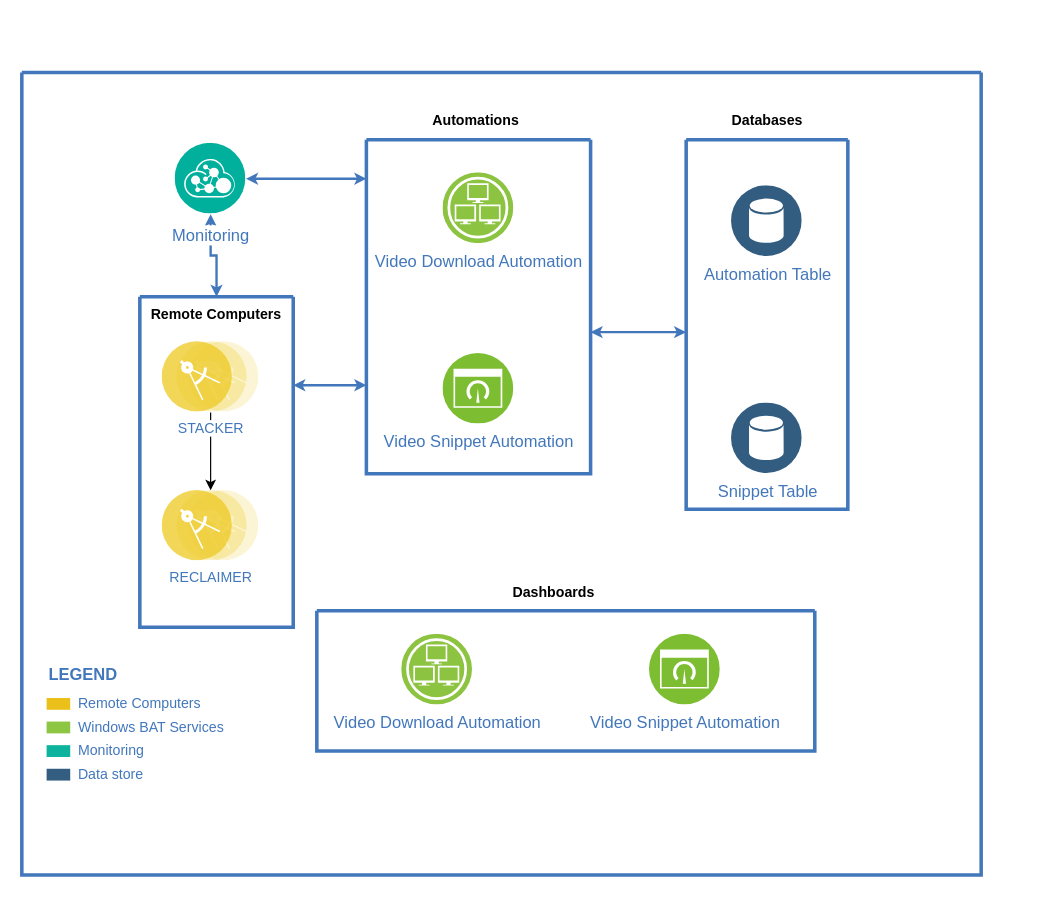
Earlier version of the draw.io diagram dotnetix_architecture.drawio (Raptor-Tech/Diagram). Source tidied: cells renumbered, new cells numbered last; positions are measured from the earlier drawing's top-left corner, leaving out a move shared by most shapes. Both pictures are drawn from the tidied source at 118%, with x=0, y=0 at pixel (21, 72).
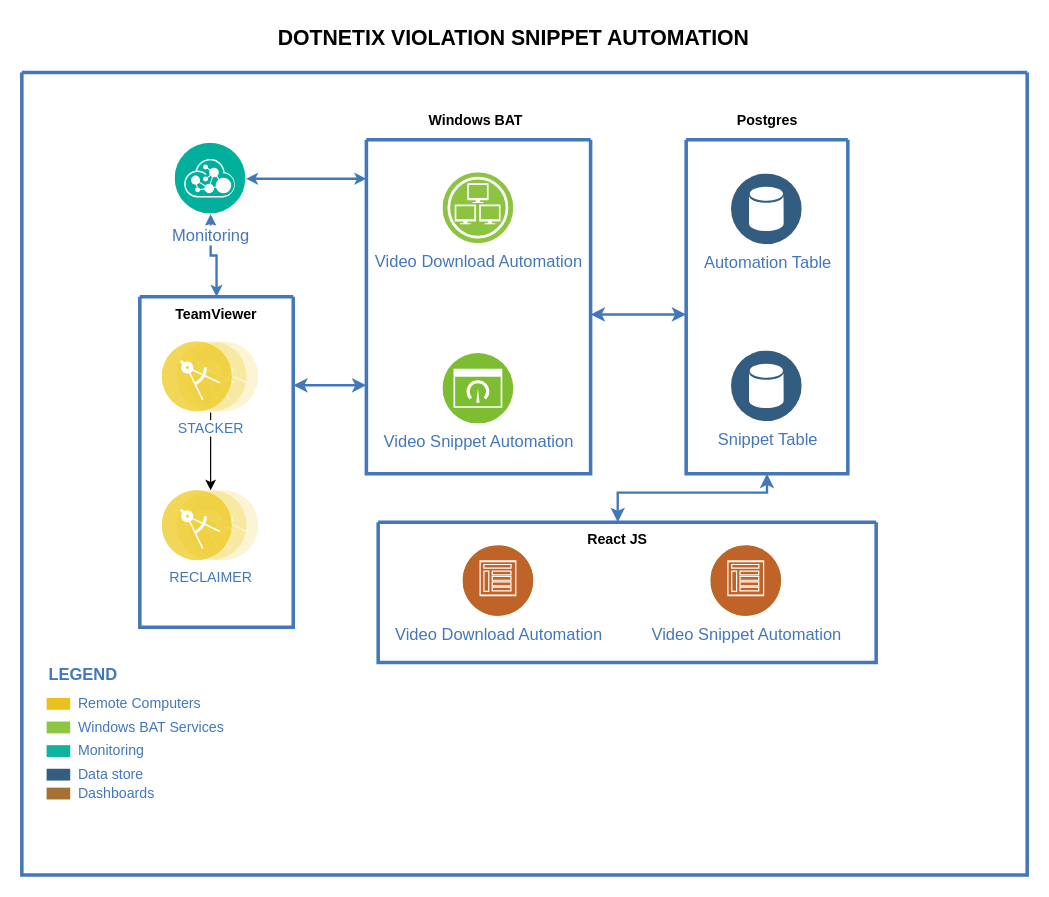
The same page after the edit.

The change refers to these unchanged cells:
```xml
<mxCell id="13" style="swimlane;shadow=0;strokeColor=#4277BB;fillColor=#ffffff;fontColor=#4277BB;align=right;startSize=0;strokeWidth=3;" parent="2" vertex="1">
  <mxGeometry x="100" y="190" width="130" height="280" as="geometry" />
</mxCell>
<mxCell id="18" style="swimlane;shadow=0;strokeColor=#4277BB;fillColor=#ffffff;fontColor=#4277BB;align=right;startSize=0;strokeWidth=3;" parent="2" vertex="1">
  <mxGeometry x="292" y="57" width="190" height="283" as="geometry" />
</mxCell>
```

What changed in the source:
```diff
@@
     <mxCell id="2" style="swimlane;shadow=0;strokeColor=#4277BB;fillColor=#ffffff;fontColor=#4277BB;align=right;startSize=0;strokeWidth=3;" parent="1" vertex="1">
-      <mxGeometry width="813" height="680" as="geometry" />
+      <mxGeometry width="852" height="680" as="geometry" />
     </mxCell>
@@
-    <mxCell id="4" style="edgeStyle=elbowEdgeStyle;rounded=0;elbow=vertical;html=1;labelBackgroundColor=#ffffff;startArrow=classic;startFill=1;startSize=4;endArrow=classic;endFill=1;endSize=4;jettySize=auto;strokeColor=#4277BB;strokeWidth=2;fontSize=14;fontColor=#4277BB;" parent="2" edge="1" source="13" target="18">
+    <mxCell id="4" style="edgeStyle=elbowEdgeStyle;rounded=0;elbow=vertical;html=1;labelBackgroundColor=#ffffff;startArrow=classic;startFill=1;endArrow=classic;endFill=1;jettySize=auto;strokeColor=#4277BB;strokeWidth=2;fontSize=14;fontColor=#4277BB;" parent="2" edge="1" source="13" target="18">
       <mxGeometry relative="1" as="geometry" />
     </mxCell>
-    <mxCell id="5" style="edgeStyle=elbowEdgeStyle;rounded=0;elbow=vertical;html=1;entryX=0;entryY=0.522;entryPerimeter=0;labelBackgroundColor=#ffffff;startArrow=classic;startFill=1;startSize=4;endArrow=classic;endFill=1;endSize=4;jettySize=auto;strokeColor=#4277BB;strokeWidth=2;fontSize=14;fontColor=#4277BB;" parent="2" edge="1" source="18" target="21">
+    <mxCell id="5" style="edgeStyle=elbowEdgeStyle;rounded=0;elbow=vertical;html=1;entryX=0;entryY=0.522;entryPerimeter=0;labelBackgroundColor=#ffffff;startArrow=classic;startFill=1;endArrow=classic;endFill=1;jettySize=auto;strokeColor=#4277BB;strokeWidth=2;fontSize=14;fontColor=#4277BB;" parent="2" edge="1" source="18" target="21">
       <mxGeometry relative="1" as="geometry" />
     </mxCell>
@@
-    <mxCell id="17" value="&lt;b&gt;Remote Computers&lt;/b&gt;" style="text;strokeColor=none;align=center;fillColor=none;html=1;verticalAlign=middle;whiteSpace=wrap;rounded=0;" parent="13" vertex="1">
+    <mxCell id="17" value="&lt;b&gt;TeamViewer&lt;/b&gt;" style="text;strokeColor=none;align=center;fillColor=none;html=1;verticalAlign=middle;whiteSpace=wrap;rounded=0;" parent="13" vertex="1">
       <mxGeometry x="-14" width="158" height="30" as="geometry" />
     </mxCell>
@@
     <mxCell id="21" style="swimlane;shadow=0;strokeColor=#4277BB;fillColor=#ffffff;fontColor=#4277BB;align=right;startSize=0;strokeWidth=3;" parent="2" vertex="1">
-      <mxGeometry x="563" y="57" width="137" height="313" as="geometry" />
+      <mxGeometry x="563" y="57" width="137" height="283" as="geometry" />
     </mxCell>
     <mxCell id="22" value="Automation Table" style="perimeter=ellipsePerimeter;html=1;align=center;shadow=0;dashed=0;image;image=img/lib/ibm/data/data_services.svg;rounded=1;labelBackgroundColor=#ffffff;strokeColor=#666666;strokeWidth=3;fillColor=#C2952D;gradientColor=none;fontSize=14;fontColor=#4277BB;" parent="21" vertex="1">
-      <mxGeometry x="38.5" y="39" width="60" height="60" as="geometry" />
+      <mxGeometry x="38.5" y="29" width="60" height="60" as="geometry" />
     </mxCell>
     <mxCell id="23" value="Snippet Table" style="perimeter=ellipsePerimeter;html=1;align=center;shadow=0;dashed=0;image;image=img/lib/ibm/data/data_services.svg;rounded=1;labelBackgroundColor=#ffffff;strokeColor=#666666;strokeWidth=3;fillColor=#C2952D;gradientColor=none;fontSize=14;fontColor=#4277BB;" parent="21" vertex="1">
-      <mxGeometry x="38.5" y="223" width="60" height="60" as="geometry" />
+      <mxGeometry x="38.5" y="179" width="60" height="60" as="geometry" />
     </mxCell>
     <mxCell id="24" style="swimlane;shadow=0;strokeColor=#4277BB;fillColor=#ffffff;fontColor=#4277BB;align=right;startSize=0;strokeWidth=3;" parent="2" vertex="1">
-      <mxGeometry x="250" y="456" width="422" height="119" as="geometry" />
+      <mxGeometry x="302" y="381" width="422" height="119" as="geometry" />
     </mxCell>
@@
+    <mxCell id="30" style="image;perimeter=ellipsePerimeter;html=1;align=center;shadow=0;dashed=0;fontColor=#4277BB;labelBackgroundColor=default;fontSize=12;spacingTop=3;image=img/lib/ibm/social/communities.svg;" parent="24" vertex="1">
+      <mxGeometry x="72" y="20" width="60" height="60" as="geometry" />
+    </mxCell>
+    <mxCell id="31" style="image;perimeter=ellipsePerimeter;html=1;align=center;shadow=0;dashed=0;fontColor=#4277BB;labelBackgroundColor=default;fontSize=12;spacingTop=3;image=img/lib/ibm/social/communities.svg;" parent="24" vertex="1">
+      <mxGeometry x="282" y="20" width="60" height="60" as="geometry" />
+    </mxCell>
-    <mxCell id="27" value="&lt;b&gt;Dashboards&lt;/b&gt;" style="text;strokeColor=none;align=center;fillColor=none;html=1;verticalAlign=middle;whiteSpace=wrap;rounded=0;" parent="2" vertex="1">
-      <mxGeometry x="372" y="426" width="158" height="30" as="geometry" />
+    <mxCell id="27" value="&lt;b&gt;React JS&lt;/b&gt;" style="text;strokeColor=none;align=center;fillColor=none;html=1;verticalAlign=middle;whiteSpace=wrap;rounded=0;" parent="24" vertex="1">
+      <mxGeometry x="124" width="158" height="30" as="geometry" />
     </mxCell>
-    <mxCell id="28" value="&lt;b&gt;Automations&lt;/b&gt;" style="text;strokeColor=none;align=center;fillColor=none;html=1;verticalAlign=middle;whiteSpace=wrap;rounded=0;" parent="2" vertex="1">
+    <mxCell id="28" value="&lt;b&gt;Windows BAT&lt;/b&gt;" style="text;strokeColor=none;align=center;fillColor=none;html=1;verticalAlign=middle;whiteSpace=wrap;rounded=0;" parent="2" vertex="1">
       <mxGeometry x="306" y="26" width="158" height="30" as="geometry" />
     </mxCell>
-    <mxCell id="29" value="&lt;b&gt;Databases&lt;/b&gt;" style="text;strokeColor=none;align=center;fillColor=none;html=1;verticalAlign=middle;whiteSpace=wrap;rounded=0;" parent="2" vertex="1">
+    <mxCell id="29" value="&lt;b&gt;Postgres&lt;/b&gt;" style="text;strokeColor=none;align=center;fillColor=none;html=1;verticalAlign=middle;whiteSpace=wrap;rounded=0;" parent="2" vertex="1">
       <mxGeometry x="552.5" y="26" width="158" height="30" as="geometry" />
     </mxCell>
+    <mxCell id="32" value="Dashboards" style="rounded=0;html=1;shadow=0;labelBackgroundColor=none;strokeColor=none;strokeWidth=2;fillColor=#A67032;gradientColor=none;fontSize=12;fontColor=#4277BB;align=left;labelPosition=right;verticalLabelPosition=middle;verticalAlign=middle;spacingLeft=5;" parent="2" vertex="1">
+      <mxGeometry x="21" y="606" width="20" height="10" as="geometry" />
+    </mxCell>
+    <mxCell id="33" style="edgeStyle=elbowEdgeStyle;rounded=0;elbow=vertical;html=1;labelBackgroundColor=#ffffff;startArrow=classic;startFill=1;endArrow=classic;endFill=1;jettySize=auto;strokeColor=#4277BB;strokeWidth=2;fontSize=14;fontColor=#4277BB;exitX=0.5;exitY=1;exitDx=0;exitDy=0;entryX=0.5;entryY=0;entryDx=0;entryDy=0;" parent="2" edge="1" source="21" target="27">
+      <mxGeometry relative="1" as="geometry">
+        <Array as="points">
+          <mxPoint x="542" y="356" />
+          <mxPoint x="662" y="436" />
+          <mxPoint x="682" y="396" />
+          <mxPoint x="702" y="386" />
+          <mxPoint x="732" y="456" />
+        </Array>
+      </mxGeometry>
+    </mxCell>
+    <mxCell id="34" value="&lt;b&gt;&lt;font style=&quot;font-size: 18px;&quot;&gt;DOTNETIX VIOLATION SNIPPET AUTOMATION&lt;/font&gt;&lt;/b&gt;" style="text;strokeColor=none;align=center;fillColor=none;html=1;verticalAlign=middle;whiteSpace=wrap;rounded=0;" parent="1" vertex="1">
+      <mxGeometry x="212" y="-44" width="410" height="30" as="geometry" />
+    </mxCell>
```
